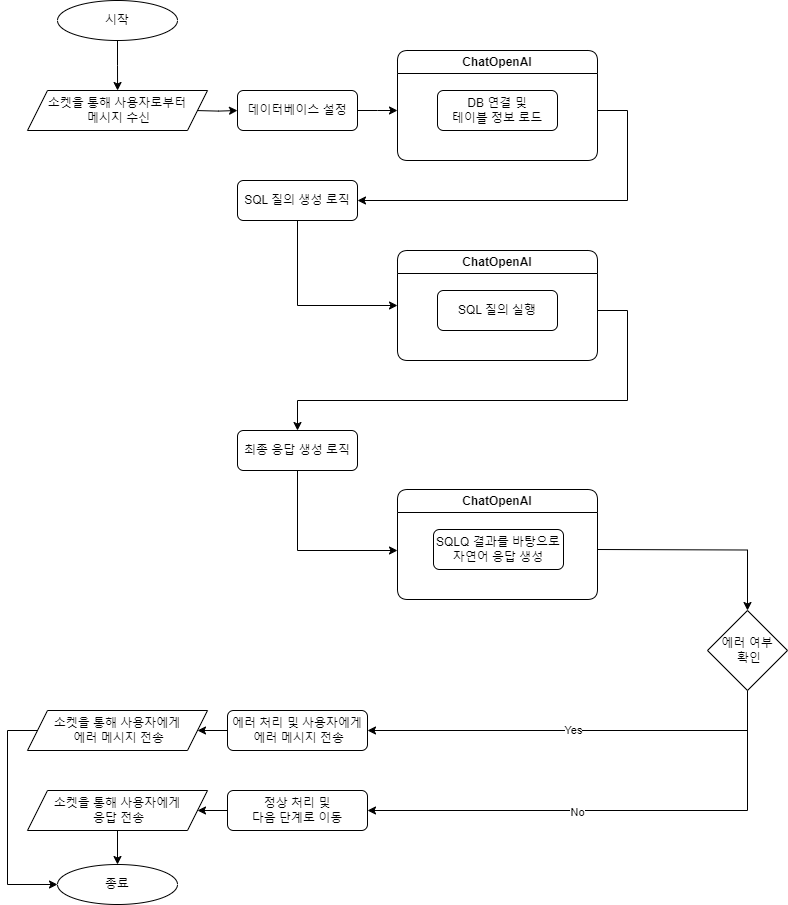
Earlier version of the draw.io export chatbot.drawio.png (Brazen-Story/mall_chatbot). Source tidied: cells renumbered, new cells last; positions are measured from the earlier drawing's top-left corner, leaving out a move shared by most shapes.
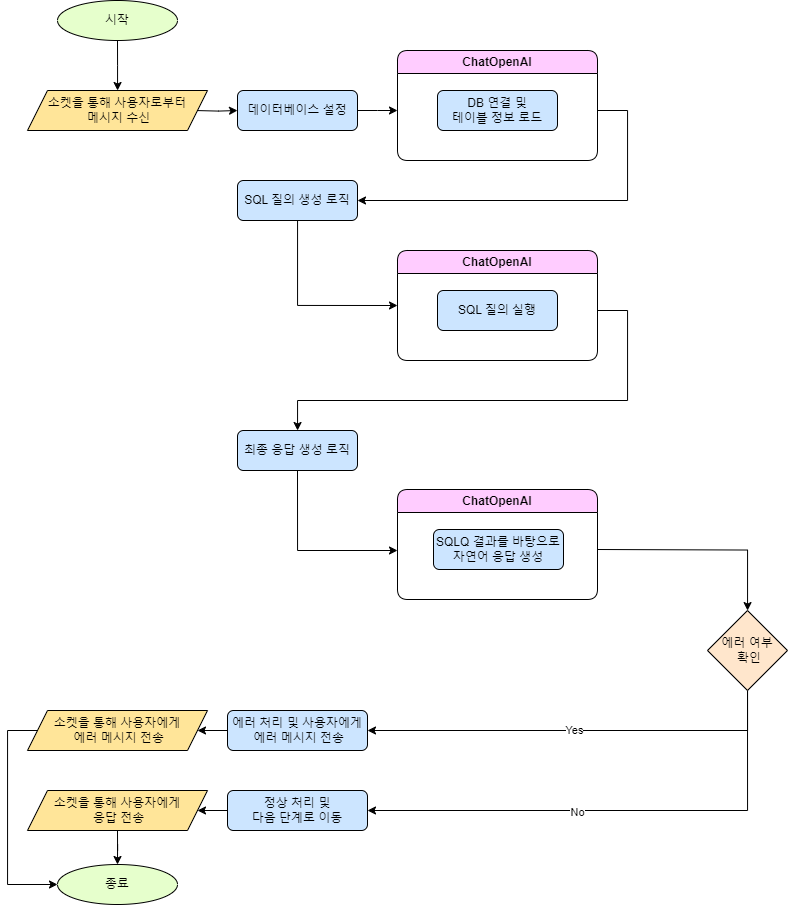
After the commit.

The edit, as a diff of the source:
```diff
@@ -7,7 +7,7 @@
         <mxPoint x="110.1" y="90" as="targetPoint" />
       </mxGeometry>
     </mxCell>
-    <mxCell id="3" value="시작" style="ellipse;whiteSpace=wrap;html=1;" parent="1" vertex="1">
+    <mxCell id="3" value="시작" style="ellipse;whiteSpace=wrap;html=1;fillColor=#E6FFCC;" parent="1" vertex="1">
       <mxGeometry x="50" width="120" height="40" as="geometry" />
     </mxCell>
     <mxCell id="4" style="edgeStyle=orthogonalEdgeStyle;rounded=0;jettySize=auto;html=1;" parent="1" edge="1" target="6">
@@ -20,7 +20,7 @@
         <mxPoint x="390" y="110" as="targetPoint" />
       </mxGeometry>
     </mxCell>
-    <mxCell id="6" value="데이터베이스 설정" style="rounded=1;whiteSpace=wrap;html=1;" parent="1" vertex="1">
+    <mxCell id="6" value="데이터베이스 설정" style="rounded=1;whiteSpace=wrap;html=1;fillColor=#CCE5FF;" parent="1" vertex="1">
       <mxGeometry x="230" y="90" width="120" height="40" as="geometry" />
     </mxCell>
     <mxCell id="7" style="edgeStyle=orthogonalEdgeStyle;rounded=0;jettySize=auto;html=1;" parent="1" edge="1" target="11">
@@ -32,10 +32,10 @@
         </Array>
       </mxGeometry>
     </mxCell>
-    <mxCell id="8" value="DB 연결 및 &lt;br&gt;테이블 정보 로드" style="rounded=1;whiteSpace=wrap;html=1;" parent="1" vertex="1">
+    <mxCell id="8" value="DB 연결 및 &lt;br&gt;테이블 정보 로드" style="rounded=1;whiteSpace=wrap;html=1;fillColor=#CCE5FF;" parent="1" vertex="1">
       <mxGeometry x="430" y="90" width="120" height="40" as="geometry" />
     </mxCell>
-    <mxCell id="9" value="ChatOpenAI" style="swimlane;whiteSpace=wrap;html=1;rounded=1;" parent="1" vertex="1">
+    <mxCell id="9" value="ChatOpenAI" style="swimlane;whiteSpace=wrap;html=1;rounded=1;fillColor=#FFCCFF;" parent="1" vertex="1">
       <mxGeometry x="390" y="50" width="200" height="110" as="geometry" />
     </mxCell>
     <mxCell id="10" style="edgeStyle=orthogonalEdgeStyle;rounded=0;jettySize=auto;html=1;entryX=0;entryY=0.5;entryDx=0;entryDy=0;" parent="1" edge="1" source="11" target="12">
@@ -45,13 +45,13 @@
         </Array>
       </mxGeometry>
     </mxCell>
-    <mxCell id="11" value="SQL 질의 생성 로직" style="rounded=1;whiteSpace=wrap;html=1;" parent="1" vertex="1">
+    <mxCell id="11" value="SQL 질의 생성 로직" style="rounded=1;whiteSpace=wrap;html=1;fillColor=#CCE5FF;" parent="1" vertex="1">
       <mxGeometry x="230" y="180" width="120" height="40" as="geometry" />
     </mxCell>
-    <mxCell id="12" value="ChatOpenAI" style="swimlane;whiteSpace=wrap;html=1;rounded=1;" parent="1" vertex="1">
+    <mxCell id="12" value="ChatOpenAI" style="swimlane;whiteSpace=wrap;html=1;rounded=1;fillColor=#FFCCFF;" parent="1" vertex="1">
       <mxGeometry x="390" y="250" width="200" height="110" as="geometry" />
     </mxCell>
-    <mxCell id="13" value="SQL 질의 실행" style="whiteSpace=wrap;html=1;rounded=1;" parent="12" vertex="1">
+    <mxCell id="13" value="SQL 질의 실행" style="whiteSpace=wrap;html=1;rounded=1;fillColor=#CCE5FF;" parent="12" vertex="1">
       <mxGeometry x="40" y="40" width="120" height="40" as="geometry" />
     </mxCell>
     <mxCell id="14" style="edgeStyle=orthogonalEdgeStyle;rounded=0;jettySize=auto;html=1;exitX=0.5;exitY=1;exitDx=0;exitDy=0;" parent="1" edge="1" source="15">
@@ -62,7 +62,7 @@
         </Array>
       </mxGeometry>
     </mxCell>
-    <mxCell id="15" value="최종 응답 생성 로직" style="whiteSpace=wrap;html=1;rounded=1;" parent="1" vertex="1">
+    <mxCell id="15" value="최종 응답 생성 로직" style="whiteSpace=wrap;html=1;rounded=1;fillColor=#CCE5FF;" parent="1" vertex="1">
       <mxGeometry x="230" y="430" width="120" height="40" as="geometry" />
     </mxCell>
     <mxCell id="16" style="edgeStyle=orthogonalEdgeStyle;rounded=0;jettySize=auto;html=1;" parent="1" edge="1" target="15">
@@ -75,10 +75,10 @@
         </Array>
       </mxGeometry>
     </mxCell>
-    <mxCell id="17" value="ChatOpenAI" style="swimlane;whiteSpace=wrap;html=1;rounded=1;" parent="1" vertex="1">
+    <mxCell id="17" value="ChatOpenAI" style="swimlane;whiteSpace=wrap;html=1;rounded=1;fillColor=#FFCCFF;" parent="1" vertex="1">
       <mxGeometry x="390" y="489" width="200" height="110" as="geometry" />
     </mxCell>
-    <mxCell id="18" value="SQLQ 결과를 바탕으로 자연어 응답 생성" style="whiteSpace=wrap;html=1;rounded=1;" parent="17" vertex="1">
+    <mxCell id="18" value="SQLQ 결과를 바탕으로 자연어 응답 생성" style="whiteSpace=wrap;html=1;rounded=1;fillColor=#CCE5FF;" parent="17" vertex="1">
       <mxGeometry x="36" y="40" width="130" height="40" as="geometry" />
     </mxCell>
     <mxCell id="19" style="edgeStyle=orthogonalEdgeStyle;rounded=0;jettySize=auto;html=1;" parent="1" edge="1" target="24">
@@ -102,25 +102,25 @@
     <mxCell id="23" value="No" style="edgeLabel;html=1;align=center;verticalAlign=middle;" parent="22" vertex="1">
       <mxGeometry x="0.16" y="1" relative="1" as="geometry" />
     </mxCell>
-    <mxCell id="24" value="에러 여부&lt;br&gt;&amp;nbsp;확인" style="rhombus;whiteSpace=wrap;html=1;" parent="1" vertex="1">
+    <mxCell id="24" value="에러 여부&lt;br&gt;&amp;nbsp;확인" style="rhombus;whiteSpace=wrap;html=1;fillColor=#FFE6CC;" parent="1" vertex="1">
       <mxGeometry x="700" y="610" width="80" height="80" as="geometry" />
     </mxCell>
     <mxCell id="25" style="edgeStyle=orthogonalEdgeStyle;rounded=0;jettySize=auto;html=1;exitX=0;exitY=0.5;exitDx=0;exitDy=0;" parent="1" edge="1" source="26" target="32">
       <mxGeometry relative="1" as="geometry" />
     </mxCell>
-    <mxCell id="26" value="에러 처리 및 사용자에게&lt;br&gt;&amp;nbsp;에러 메시지 전송" style="rounded=1;whiteSpace=wrap;html=1;" parent="1" vertex="1">
+    <mxCell id="26" value="에러 처리 및 사용자에게&lt;br&gt;&amp;nbsp;에러 메시지 전송" style="rounded=1;whiteSpace=wrap;html=1;fillColor=#CCE5FF;" parent="1" vertex="1">
       <mxGeometry x="220" y="710" width="140" height="40" as="geometry" />
     </mxCell>
     <mxCell id="27" style="edgeStyle=orthogonalEdgeStyle;rounded=0;jettySize=auto;html=1;exitX=0;exitY=0.5;exitDx=0;exitDy=0;entryX=1;entryY=0.5;entryDx=0;entryDy=0;" parent="1" edge="1" source="28" target="30">
       <mxGeometry relative="1" as="geometry" />
     </mxCell>
-    <mxCell id="28" value="정상 처리 및 &lt;br&gt;다음 단계로 이동" style="rounded=1;whiteSpace=wrap;html=1;" parent="1" vertex="1">
+    <mxCell id="28" value="정상 처리 및 &lt;br&gt;다음 단계로 이동" style="rounded=1;whiteSpace=wrap;html=1;fillColor=#CCE5FF;" parent="1" vertex="1">
       <mxGeometry x="220" y="790" width="140" height="40" as="geometry" />
     </mxCell>
     <mxCell id="29" style="edgeStyle=orthogonalEdgeStyle;rounded=0;jettySize=auto;html=1;exitX=0.5;exitY=1;exitDx=0;exitDy=0;" parent="1" edge="1" source="30" target="33">
       <mxGeometry relative="1" as="geometry" />
     </mxCell>
-    <mxCell id="30" value="소켓을 통해 사용자에게&lt;br&gt;&amp;nbsp;응답 전송" style="shape=parallelogram;perimeter=parallelogramPerimeter;whiteSpace=wrap;html=1;fixedSize=1;" parent="1" vertex="1">
+    <mxCell id="30" value="소켓을 통해 사용자에게&lt;br&gt;&amp;nbsp;응답 전송" style="shape=parallelogram;perimeter=parallelogramPerimeter;whiteSpace=wrap;html=1;fixedSize=1;fillColor=#FFE599;" parent="1" vertex="1">
       <mxGeometry x="20" y="790" width="180" height="40" as="geometry" />
     </mxCell>
     <mxCell id="31" style="edgeStyle=orthogonalEdgeStyle;rounded=0;jettySize=auto;html=1;exitX=0;exitY=0.5;exitDx=0;exitDy=0;entryX=0;entryY=0.5;entryDx=0;entryDy=0;" parent="1" edge="1" source="32" target="33">
@@ -131,13 +131,13 @@
         </Array>
       </mxGeometry>
     </mxCell>
-    <mxCell id="32" value="소켓을 통해 사용자에게&lt;br&gt;&amp;nbsp;에러 메시지 전송" style="shape=parallelogram;perimeter=parallelogramPerimeter;whiteSpace=wrap;html=1;fixedSize=1;" parent="1" vertex="1">
+    <mxCell id="32" value="소켓을 통해 사용자에게&lt;br&gt;&amp;nbsp;에러 메시지 전송" style="shape=parallelogram;perimeter=parallelogramPerimeter;whiteSpace=wrap;html=1;fixedSize=1;fillColor=#FFE599;" parent="1" vertex="1">
       <mxGeometry x="20" y="710" width="180" height="40" as="geometry" />
     </mxCell>
-    <mxCell id="33" value="종료" style="ellipse;whiteSpace=wrap;html=1;" parent="1" vertex="1">
+    <mxCell id="33" value="종료" style="ellipse;whiteSpace=wrap;html=1;fillColor=#E6FFCC;" parent="1" vertex="1">
       <mxGeometry x="50" y="864" width="120" height="40" as="geometry" />
     </mxCell>
-    <mxCell id="34" value="소켓을 통해 사용자로부터&lt;br&gt;&amp;nbsp;메시지 수신" style="shape=parallelogram;perimeter=parallelogramPerimeter;whiteSpace=wrap;html=1;fixedSize=1;" parent="1" vertex="1">
+    <mxCell id="34" value="소켓을 통해 사용자로부터&lt;br&gt;&amp;nbsp;메시지 수신" style="shape=parallelogram;perimeter=parallelogramPerimeter;whiteSpace=wrap;html=1;fixedSize=1;fillColor=#FFE599;" parent="1" vertex="1">
       <mxGeometry x="20" y="90" width="180" height="40" as="geometry" />
     </mxCell>
   </root>
```
